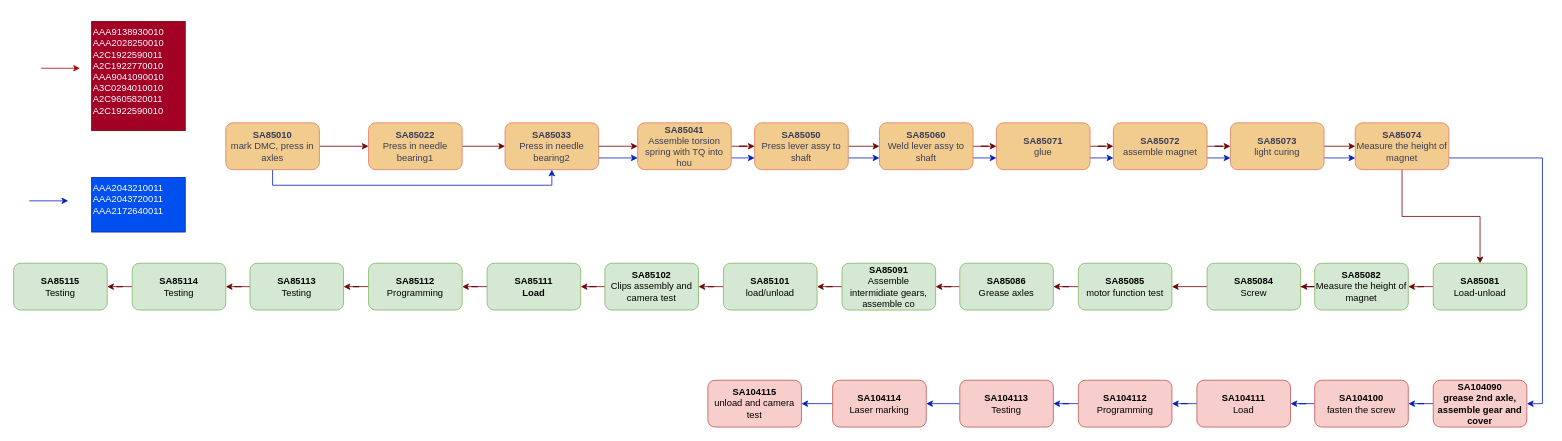
The draw.io diagram images/未命名绘图.drawio in gf199406/hello-world, before the edit. Source tidied: cells renumbered, new cells numbered last; positions are measured from the earlier drawing's top-left corner, leaving out a move shared by most shapes. Both pictures are drawn from the tidied source at 78%, with x=0, y=0 at pixel (13, 21).
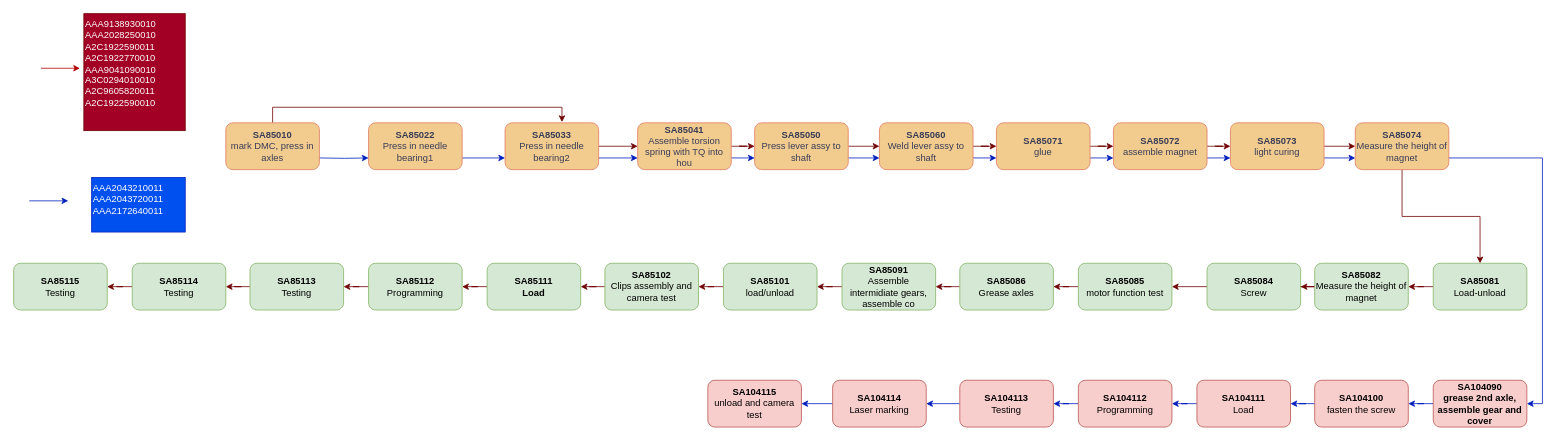
Above is the later version.

Commit message:
更新未命名绘图.drawio

The change refers to these unchanged cells:
```xml
<mxCell id="4" value="&lt;font style=&quot;font-size: 12px;&quot;&gt;&lt;b style=&quot;&quot;&gt;SA85010&lt;/b&gt;&lt;br&gt;&lt;font style=&quot;font-size: 12px;&quot;&gt;mark DMC, press in axles&lt;/font&gt;&lt;/font&gt;" style="rounded=1;whiteSpace=wrap;html=1;fillColor=#F2CC8F;strokeColor=#E07A5F;labelBackgroundColor=none;fontColor=#393C56;" parent="1" vertex="1">
  <mxGeometry x="272" y="130" width="120" height="60" as="geometry" />
</mxCell>
<mxCell id="6" value="&lt;font style=&quot;&quot;&gt;&lt;b style=&quot;font-size: 12px;&quot;&gt;SA85022&lt;/b&gt;&lt;br&gt;&lt;/font&gt;Press in needle bearing1" style="rounded=1;whiteSpace=wrap;html=1;fillColor=#F2CC8F;strokeColor=#E07A5F;labelBackgroundColor=none;fontColor=#393C56;" parent="1" vertex="1">
  <mxGeometry x="455" y="130" width="120" height="60" as="geometry" />
</mxCell>
<mxCell id="12" value="&lt;font style=&quot;font-size: 12px;&quot;&gt;&lt;b style=&quot;&quot;&gt;SA85033&lt;/b&gt;&lt;br&gt;&lt;font style=&quot;font-size: 12px;&quot;&gt;Press in needle bearing2&lt;/font&gt;&lt;/font&gt;" style="rounded=1;whiteSpace=wrap;html=1;fillColor=#F2CC8F;strokeColor=#E07A5F;labelBackgroundColor=none;fontColor=#393C56;" parent="1" vertex="1">
  <mxGeometry x="630" y="130" width="120" height="60" as="geometry" />
</mxCell>
```

The edit, as a diff of the source:
```diff
@@
-    <mxCell id="2" style="edgeStyle=orthogonalEdgeStyle;rounded=0;jettySize=auto;html=1;entryX=0;entryY=0.5;entryDx=0;entryDy=0;strokeColor=#6F0000;fillColor=#a20025;" parent="1" edge="1" source="4" target="6">
-      <mxGeometry relative="1" as="geometry" />
-    </mxCell>
+    <mxCell id="73" style="edgeStyle=orthogonalEdgeStyle;rounded=0;jettySize=auto;html=1;entryX=0;entryY=0.75;entryDx=0;entryDy=0;fillColor=#0050ef;strokeColor=#001DBC;" parent="1" edge="1" target="6">
+      <mxGeometry relative="1" as="geometry">
+        <mxPoint x="392" y="175" as="sourcePoint" />
+      </mxGeometry>
+    </mxCell>
-    <mxCell id="3" style="edgeStyle=orthogonalEdgeStyle;rounded=0;jettySize=auto;html=1;exitX=0.5;exitY=1;exitDx=0;exitDy=0;entryX=0.5;entryY=1;entryDx=0;entryDy=0;fillColor=#0050ef;strokeColor=#001DBC;" parent="1" edge="1" source="4" target="12">
-      <mxGeometry relative="1" as="geometry" />
+    <mxCell id="3" style="edgeStyle=orthogonalEdgeStyle;rounded=0;jettySize=auto;html=1;entryX=0.608;entryY=-0.017;entryDx=0;entryDy=0;entryPerimeter=0;exitX=0.5;exitY=0;exitDx=0;exitDy=0;fillColor=#a20025;strokeColor=#6F0000;" parent="1" edge="1" source="4" target="12">
+      <mxGeometry relative="1" as="geometry">
+        <Array as="points">
+          <mxPoint x="332" y="110" />
+          <mxPoint x="703" y="110" />
+        </Array>
+      </mxGeometry>
     </mxCell>
@@
-    <mxCell id="5" style="edgeStyle=orthogonalEdgeStyle;rounded=0;jettySize=auto;html=1;exitX=1;exitY=0.5;exitDx=0;exitDy=0;strokeColor=#6F0000;fillColor=#a20025;" parent="1" edge="1" source="6" target="12">
+    <mxCell id="5" style="edgeStyle=orthogonalEdgeStyle;rounded=0;jettySize=auto;html=1;exitX=1;exitY=0.75;exitDx=0;exitDy=0;entryX=0;entryY=0.75;entryDx=0;entryDy=0;fillColor=#0050ef;strokeColor=#001DBC;" parent="1" edge="1" source="6" target="12">
       <mxGeometry relative="1" as="geometry" />
     </mxCell>
@@
     <mxCell id="71" value="AAA9138930010&#10;AAA2028250010&#10;A2C1922590011&#10;A2C1922770010&#10;AAA9041090010&#10;A3C0294010010&#10;A2C9605820011&#10;A2C1922590010" style="text;whiteSpace=wrap;fillColor=#a20025;fontColor=#ffffff;strokeColor=#6F0000;" parent="1" vertex="1">
-      <mxGeometry x="100" width="120" height="140" as="geometry" />
+      <mxGeometry x="90" y="-10" width="130" height="150" as="geometry" />
     </mxCell>
```
